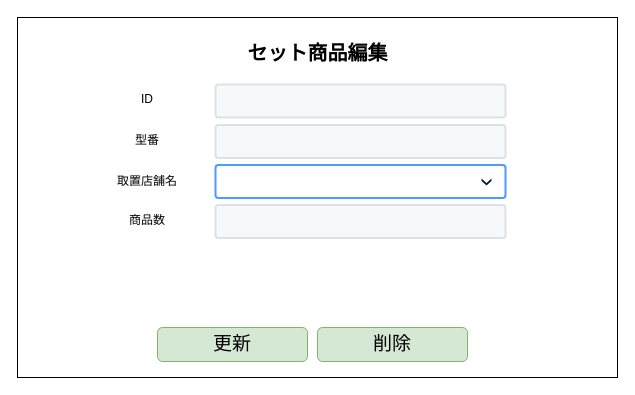
HaruShim/Sotuken keeps this draw.io diagram as 各種設計書/6.画面設計書/セット商品編集画面.drawio. Above is the earlier version. Source tidied: cells renumbered, new cells numbered last; positions are measured from the earlier drawing's top-left corner, leaving out a move shared by most shapes. Both pictures are drawn from the tidied source at 100%, with x=0, y=0 at pixel (17, 17).
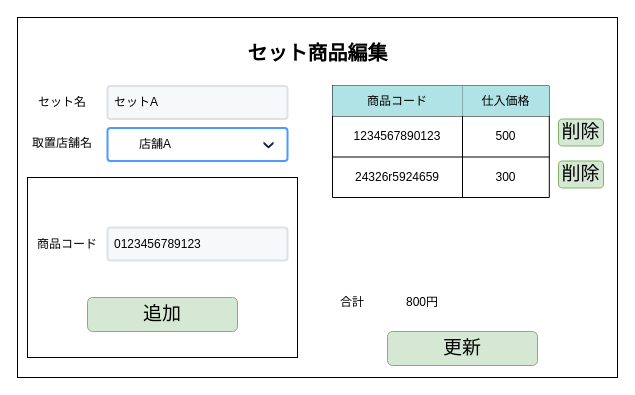
The same page after the edit.

The edit, as a diff of the source:
```diff
@@
-    <mxCell id="4" value="ID" style="text;html=1;strokeColor=none;fillColor=none;align=center;verticalAlign=middle;whiteSpace=wrap;rounded=0;" parent="1" vertex="1">
-      <mxGeometry x="100" y="67" width="60" height="30" as="geometry" />
-    </mxCell>
-    <mxCell id="5" style="rounded=1;arcSize=9;fillColor=#F7F8F9;align=left;spacingLeft=5;strokeColor=#DEE1E6;html=1;strokeWidth=2;fontSize=12;" parent="1" vertex="1">
-      <mxGeometry x="198" y="67" width="290" height="33" as="geometry" />
-    </mxCell>
-    <mxCell id="6" value="型番" style="text;html=1;strokeColor=none;fillColor=none;align=center;verticalAlign=middle;whiteSpace=wrap;rounded=0;" parent="1" vertex="1">
-      <mxGeometry x="80" y="107.5" width="100" height="30" as="geometry" />
-    </mxCell>
-    <mxCell id="7" style="rounded=1;arcSize=9;fillColor=#F7F8F9;align=left;spacingLeft=5;strokeColor=#DEE1E6;html=1;strokeWidth=2;fontSize=12;" parent="1" vertex="1">
-      <mxGeometry x="198" y="107.5" width="290" height="33" as="geometry" />
-    </mxCell>
+    <mxCell id="13" value="&lt;span style=&quot;font-size: 19px&quot;&gt;更新&lt;/span&gt;" style="rounded=1;whiteSpace=wrap;html=1;align=center;labelBackgroundColor=none;fillColor=#d5e8d4;strokeColor=#82b366;" parent="1" vertex="1">
+      <mxGeometry x="370" y="314" width="150" height="34" as="geometry" />
+    </mxCell>
+    <mxCell id="15" style="rounded=0;whiteSpace=wrap;html=1;fillColor=none;" parent="1" vertex="1">
+      <mxGeometry x="10" y="160" width="270" height="180" as="geometry" />
+    </mxCell>
+    <mxCell id="16" value="&lt;span style=&quot;font-size: 19px&quot;&gt;追加&lt;/span&gt;" style="rounded=1;whiteSpace=wrap;html=1;align=center;labelBackgroundColor=none;fillColor=#d5e8d4;strokeColor=#82b366;" parent="1" vertex="1">
+      <mxGeometry x="70" y="280" width="150" height="34" as="geometry" />
+    </mxCell>
+    <mxCell id="17" style="rounded=0;whiteSpace=wrap;html=1;fillColor=none;" parent="1" vertex="1">
+      <mxGeometry x="10" y="160" width="270" height="180" as="geometry" />
+    </mxCell>
+    <mxCell id="18" value="商品コード" style="text;html=1;strokeColor=none;fillColor=none;align=center;verticalAlign=middle;whiteSpace=wrap;rounded=0;" parent="1" vertex="1">
+      <mxGeometry x="15" y="211.5" width="70" height="30" as="geometry" />
+    </mxCell>
+    <mxCell id="19" value="0123456789123" style="rounded=1;arcSize=9;fillColor=#F7F8F9;align=left;spacingLeft=5;strokeColor=#DEE1E6;html=1;strokeWidth=2;fontSize=12;" parent="1" vertex="1">
+      <mxGeometry x="90" y="210" width="180" height="33" as="geometry" />
+    </mxCell>
     <mxCell id="8" value="取置店舗名" style="text;html=1;strokeColor=none;fillColor=none;align=center;verticalAlign=middle;whiteSpace=wrap;rounded=0;" parent="1" vertex="1">
-      <mxGeometry x="95" y="149" width="70" height="30" as="geometry" />
+      <mxGeometry x="10" y="110.5" width="70" height="30" as="geometry" />
     </mxCell>
-    <mxCell id="9" value="商品数" style="text;html=1;strokeColor=none;fillColor=none;align=center;verticalAlign=middle;whiteSpace=wrap;rounded=0;" parent="1" vertex="1">
-      <mxGeometry x="95" y="187.5" width="70" height="30" as="geometry" />
-    </mxCell>
-    <mxCell id="10" style="rounded=1;arcSize=9;fillColor=#ffffff;strokeColor=#4C9AFF;html=1;strokeWidth=2;spacingLeft=30;fontColor=#000000;align=left;" parent="1" vertex="1">
-      <mxGeometry x="198" y="147.5" width="290" height="33" as="geometry" />
-    </mxCell>
-    <mxCell id="11" style="shape=step;whiteSpace=wrap;html=1;rounded=0;strokeColor=none;strokeWidth=2;fillColor=#0A1E43;gradientColor=none;fontFamily=Verdana;fontSize=14;fontColor=#000000;align=left;direction=south;size=0.65;" parent="10" vertex="1">
-      <mxGeometry x="1" y="0.5" width="10" height="7" relative="1" as="geometry">
-        <mxPoint x="-24" y="-3" as="offset" />
-      </mxGeometry>
-    </mxCell>
-    <mxCell id="12" style="rounded=1;arcSize=9;fillColor=#F7F8F9;align=left;spacingLeft=5;strokeColor=#DEE1E6;html=1;strokeWidth=2;fontSize=12;" parent="1" vertex="1">
-      <mxGeometry x="198" y="187.5" width="290" height="33" as="geometry" />
-    </mxCell>
-    <mxCell id="13" value="&lt;span style=&quot;font-size: 19px&quot;&gt;更新&lt;/span&gt;" style="rounded=1;whiteSpace=wrap;html=1;align=center;labelBackgroundColor=none;fillColor=#d5e8d4;strokeColor=#82b366;" parent="1" vertex="1">
-      <mxGeometry x="140" y="310" width="150" height="34" as="geometry" />
-    </mxCell>
-    <mxCell id="14" value="&lt;span style=&quot;font-size: 19px&quot;&gt;削除&lt;/span&gt;" style="rounded=1;whiteSpace=wrap;html=1;align=center;labelBackgroundColor=none;fillColor=#d5e8d4;strokeColor=#82b366;" parent="1" vertex="1">
-      <mxGeometry x="300" y="310" width="150" height="34" as="geometry" />
-    </mxCell>
+    <mxCell id="20" value="店舗A" style="rounded=1;arcSize=9;fillColor=#ffffff;strokeColor=#4C9AFF;html=1;strokeWidth=2;spacingLeft=30;fontColor=#000000;align=left;" parent="1" vertex="1">
+      <mxGeometry x="90" y="110.5" width="180" height="33" as="geometry" />
+    </mxCell>
+    <mxCell id="21" style="shape=step;whiteSpace=wrap;html=1;rounded=0;strokeColor=none;strokeWidth=2;fillColor=#0A1E43;gradientColor=none;fontFamily=Verdana;fontSize=14;fontColor=#000000;align=left;direction=south;size=0.65;" parent="20" vertex="1">
+      <mxGeometry x="1" y="0.5" width="10" height="7" relative="1" as="geometry">
+        <mxPoint x="-24" y="-3" as="offset" />
+      </mxGeometry>
+    </mxCell>
+    <mxCell id="22" value="セット名" style="text;html=1;strokeColor=none;fillColor=none;align=center;verticalAlign=middle;whiteSpace=wrap;rounded=0;" parent="1" vertex="1">
+      <mxGeometry x="20" y="70" width="50" height="30" as="geometry" />
+    </mxCell>
+    <mxCell id="23" value="セットA" style="rounded=1;arcSize=9;fillColor=#F7F8F9;align=left;spacingLeft=5;strokeColor=#DEE1E6;html=1;strokeWidth=2;fontSize=12;" parent="1" vertex="1">
+      <mxGeometry x="90" y="68.5" width="180" height="33" as="geometry" />
+    </mxCell>
+    <mxCell id="24" style="shape=table;startSize=0;childLayout=tableLayout;" parent="1" vertex="1">
+      <mxGeometry x="315" y="68.5" width="216.8" height="111.5" as="geometry" />
+    </mxCell>
+    <mxCell id="25" style="shape=partialRectangle;fillColor=none;top=0;left=0;bottom=0;right=0;" parent="24" vertex="1">
+      <mxGeometry width="216.8" height="30" as="geometry" />
+    </mxCell>
+    <mxCell id="26" value="商品コード" style="shape=partialRectangle;html=1;whiteSpace=wrap;overflow=hidden;fillColor=#b0e3e6;top=0;left=0;bottom=0;right=0;strokeColor=#0e8088;" parent="25" vertex="1">
+      <mxGeometry width="130" height="30" as="geometry" />
+    </mxCell>
+    <mxCell id="27" value="仕入価格" style="shape=partialRectangle;html=1;whiteSpace=wrap;overflow=hidden;fillColor=#b0e3e6;top=0;left=0;bottom=0;right=0;strokeColor=#0e8088;" parent="25" vertex="1">
+      <mxGeometry x="130" width="87" height="30" as="geometry" />
+    </mxCell>
+    <mxCell id="28" style="shape=partialRectangle;fillColor=none;top=0;left=0;bottom=0;right=0;" parent="24" vertex="1">
+      <mxGeometry y="30" width="216.8" height="41" as="geometry" />
+    </mxCell>
+    <mxCell id="29" value="1234567890123" style="shape=partialRectangle;html=1;whiteSpace=wrap;overflow=hidden;fillColor=none;top=0;left=0;bottom=0;right=0;" parent="28" vertex="1">
+      <mxGeometry width="130" height="41" as="geometry" />
+    </mxCell>
+    <mxCell id="30" value="500" style="shape=partialRectangle;html=1;whiteSpace=wrap;overflow=hidden;fillColor=none;top=0;left=0;bottom=0;right=0;" parent="28" vertex="1">
+      <mxGeometry x="130" width="87" height="41" as="geometry" />
+    </mxCell>
+    <mxCell id="31" style="shape=partialRectangle;fillColor=none;top=0;left=0;bottom=0;right=0;" parent="24" vertex="1">
+      <mxGeometry y="71" width="216.8" height="41" as="geometry" />
+    </mxCell>
+    <mxCell id="32" value="24326r5924659" style="shape=partialRectangle;html=1;whiteSpace=wrap;overflow=hidden;fillColor=none;top=0;left=0;bottom=0;right=0;" parent="31" vertex="1">
+      <mxGeometry width="130" height="41" as="geometry" />
+    </mxCell>
+    <mxCell id="33" value="300" style="shape=partialRectangle;html=1;whiteSpace=wrap;overflow=hidden;fillColor=none;top=0;left=0;bottom=0;right=0;" parent="31" vertex="1">
+      <mxGeometry x="130" width="87" height="41" as="geometry" />
+    </mxCell>
+    <mxCell id="34" value="合計" style="text;html=1;strokeColor=none;fillColor=none;align=center;verticalAlign=middle;whiteSpace=wrap;rounded=0;" parent="1" vertex="1">
+      <mxGeometry x="310" y="270" width="50" height="30" as="geometry" />
+    </mxCell>
+    <mxCell id="35" value="800円" style="text;html=1;strokeColor=none;fillColor=none;align=center;verticalAlign=middle;whiteSpace=wrap;rounded=0;" parent="1" vertex="1">
+      <mxGeometry x="380" y="270" width="50" height="30" as="geometry" />
+    </mxCell>
+    <mxCell id="36" value="&lt;span style=&quot;font-size: 19px&quot;&gt;削除&lt;/span&gt;" style="rounded=1;whiteSpace=wrap;html=1;align=center;labelBackgroundColor=none;fillColor=#d5e8d4;strokeColor=#82b366;" parent="1" vertex="1">
+      <mxGeometry x="541" y="101.5" width="45" height="27" as="geometry" />
+    </mxCell>
+    <mxCell id="37" value="&lt;span style=&quot;font-size: 19px&quot;&gt;削除&lt;/span&gt;" style="rounded=1;whiteSpace=wrap;html=1;align=center;labelBackgroundColor=none;fillColor=#d5e8d4;strokeColor=#82b366;" parent="1" vertex="1">
+      <mxGeometry x="541" y="143.5" width="45" height="27" as="geometry" />
+    </mxCell>
```
